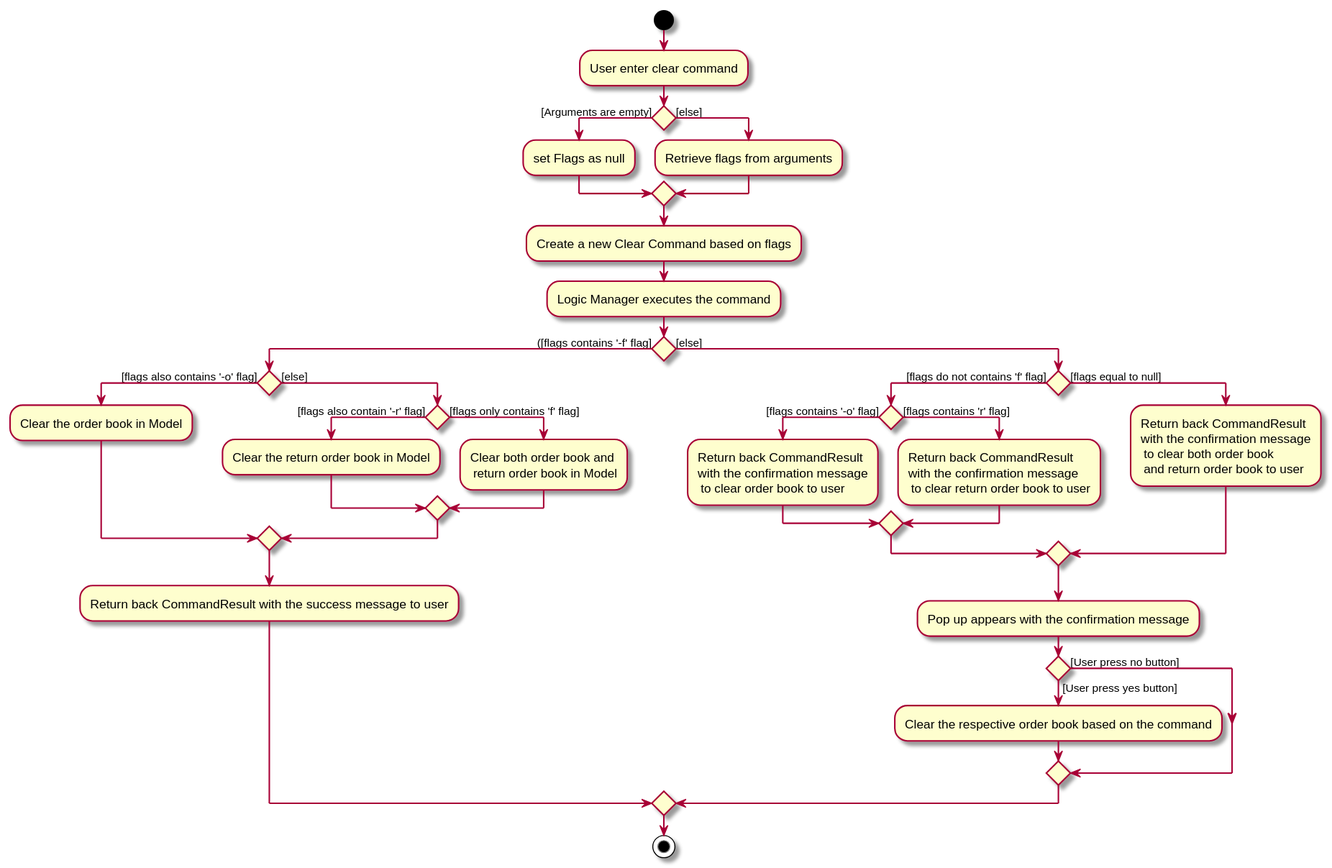
nus-cs2103-AY1920S2/addressbook-level3 keeps this PlantUML diagram as docs/images/ClearActivityDiagram.svg. Above is the earlier version.
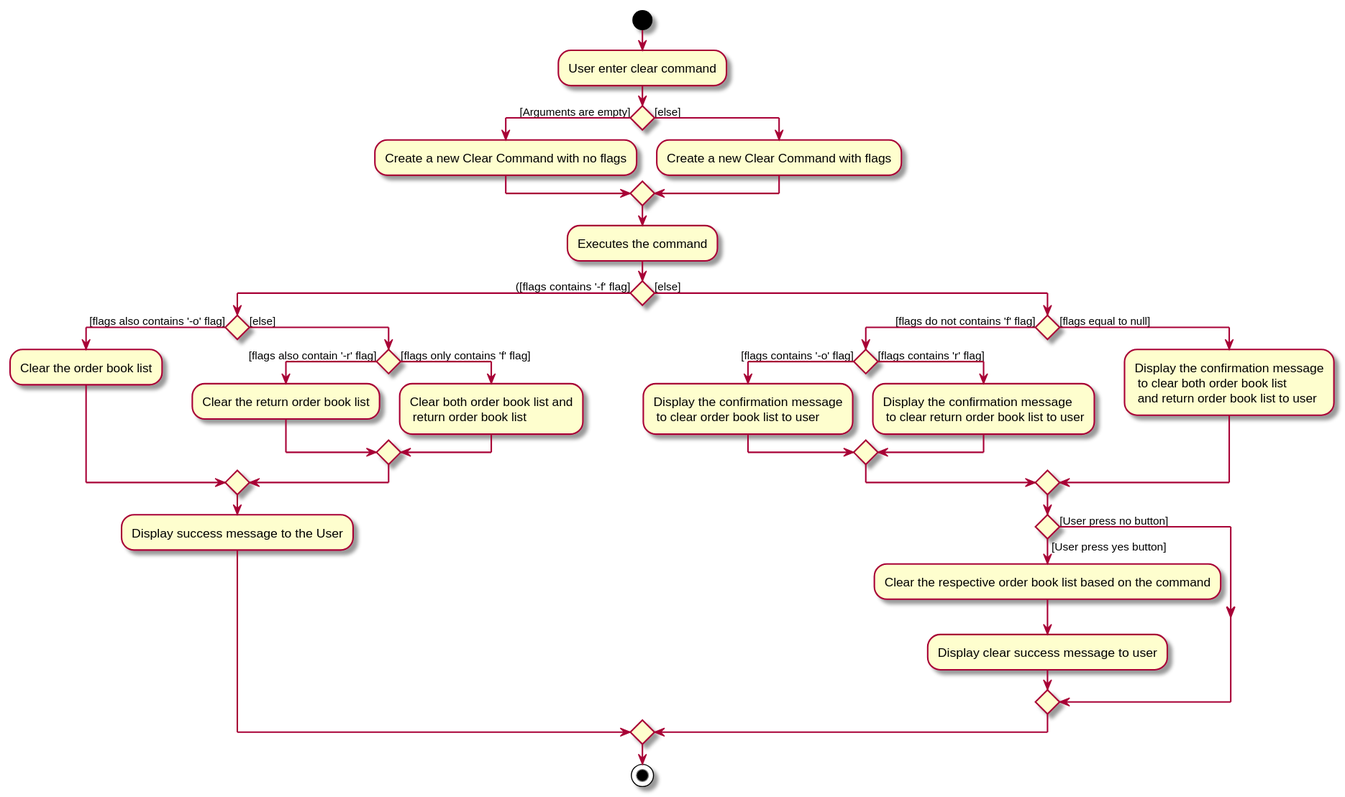
The same file after the commit.

Diff of the diagram source:
```diff
@@ -3,46 +3,42 @@
 start
 :User enter clear command;
 if () then ([Arguments are empty])
-    :set Flags as null;
+    :Create a new Clear Command with no flags;
 else ([else])
-    :Retrieve flags from arguments;
+    :Create a new Clear Command with flags;
 endif
-:Create a new Clear Command based on flags;
-:Logic Manager executes the command;
+:Executes the command;
 
 if () then (([flags contains '-f' flag])
     if () then ([flags also contains '-o' flag])
-    :Clear the order book in Model;
+    :Clear the order book list;
     else ([else])
         if() then ([flags also contain '-r' flag])
-        :Clear the return order book in Model;
+        :Clear the return order book list;
         else ([flags only contains 'f' flag])
-        :Clear both order book and
-         return order book in Model;
+        :Clear both order book list and
+         return order book list;
         endif
     endif
-    :Return back CommandResult with the success message to user;
+    :Display success message to the User;
 
 else ([else])
     if() then([flags do not contains 'f' flag])
         if () then ([flags contains '-o' flag])
-            :Return back CommandResult
-            with the confirmation message
-             to clear order book to user;
+            :Display the confirmation message
+             to clear order book list to user;
         else ([flags contains 'r' flag])
-            :Return back CommandResult
-            with the confirmation message
-             to clear return order book to user;
+            :Display the confirmation message
+             to clear return order book list to user;
         endif
     else ([flags equal to null])
-    :Return back CommandResult
-    with the confirmation message
-     to clear both order book
-     and return order book to user;
+    :Display the confirmation message
+     to clear both order book list
+     and return order book list to user;
     endif
-    :Pop up appears with the confirmation message;
     if () then ([User press yes button])
-        :Clear the respective order book based on the command;
+        :Clear the respective order book list based on the command;
+        :Display clear success message to user;
     else ([User press no button])
     endif
 endif
```
